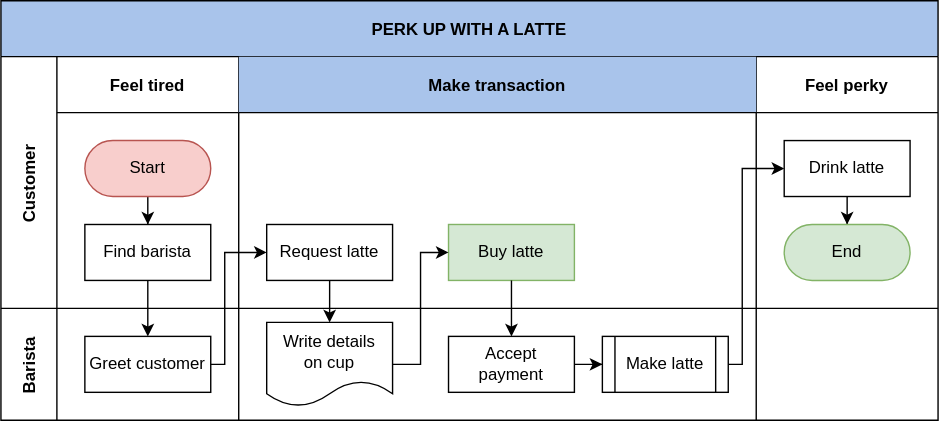
Above: Wikitest.drawio.svg in ASparwasser/WikiTest (draw.io), before the change. Source tidied: cells renumbered, new cells last; positions are measured from the earlier drawing's top-left corner, leaving out a move shared by most shapes.
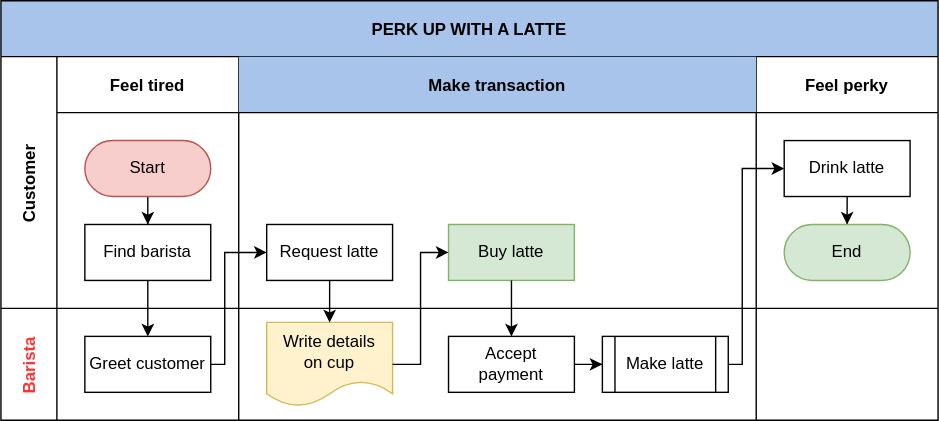
The same diagram one commit later.

Change to the diagram source:
```diff
@@ -44,7 +44,7 @@
     <mxCell id="15" value="End" style="rounded=1;whiteSpace=wrap;html=1;arcSize=50;fillColor=#d5e8d4;strokeColor=#82b366;" parent="12" vertex="1">
       <mxGeometry x="20" y="120" width="90" height="40" as="geometry" />
     </mxCell>
-    <mxCell id="16" value="Barista" style="shape=tableRow;horizontal=0;swimlaneHead=0;swimlaneBody=0;top=0;left=0;bottom=0;right=0;fillColor=none;startSize=40;fontStyle=1;" parent="2" vertex="1">
+    <mxCell id="16" value="Barista" style="shape=tableRow;horizontal=0;swimlaneHead=0;swimlaneBody=0;top=0;left=0;bottom=0;right=0;fillColor=none;startSize=40;fontStyle=1;fontColor=#FF3333;" parent="2" vertex="1">
       <mxGeometry y="220" width="670" height="80" as="geometry" />
     </mxCell>
     <mxCell id="17" style="swimlane;swimlaneHead=0;swimlaneBody=0;fillColor=none;startSize=0;fontStyle=1;" parent="16" vertex="1">
@@ -62,7 +62,7 @@
     <mxCell id="21" value="Accept&lt;br&gt;payment" style="rounded=0;whiteSpace=wrap;html=1;" parent="19" vertex="1">
       <mxGeometry x="150" y="20" width="90" height="40" as="geometry" />
     </mxCell>
-    <mxCell id="22" value="Write details&lt;br&gt;on cup" style="shape=document;whiteSpace=wrap;html=1;boundedLbl=1;" parent="19" vertex="1">
+    <mxCell id="22" value="Write details&lt;br&gt;on cup" style="shape=document;whiteSpace=wrap;html=1;boundedLbl=1;fillColor=#fff2cc;strokeColor=#d6b656;" parent="19" vertex="1">
       <mxGeometry x="20" y="10" width="90" height="60" as="geometry" />
     </mxCell>
     <mxCell id="23" value="Make latte" style="shape=process;whiteSpace=wrap;html=1;backgroundOutline=1;" parent="19" vertex="1">
```
